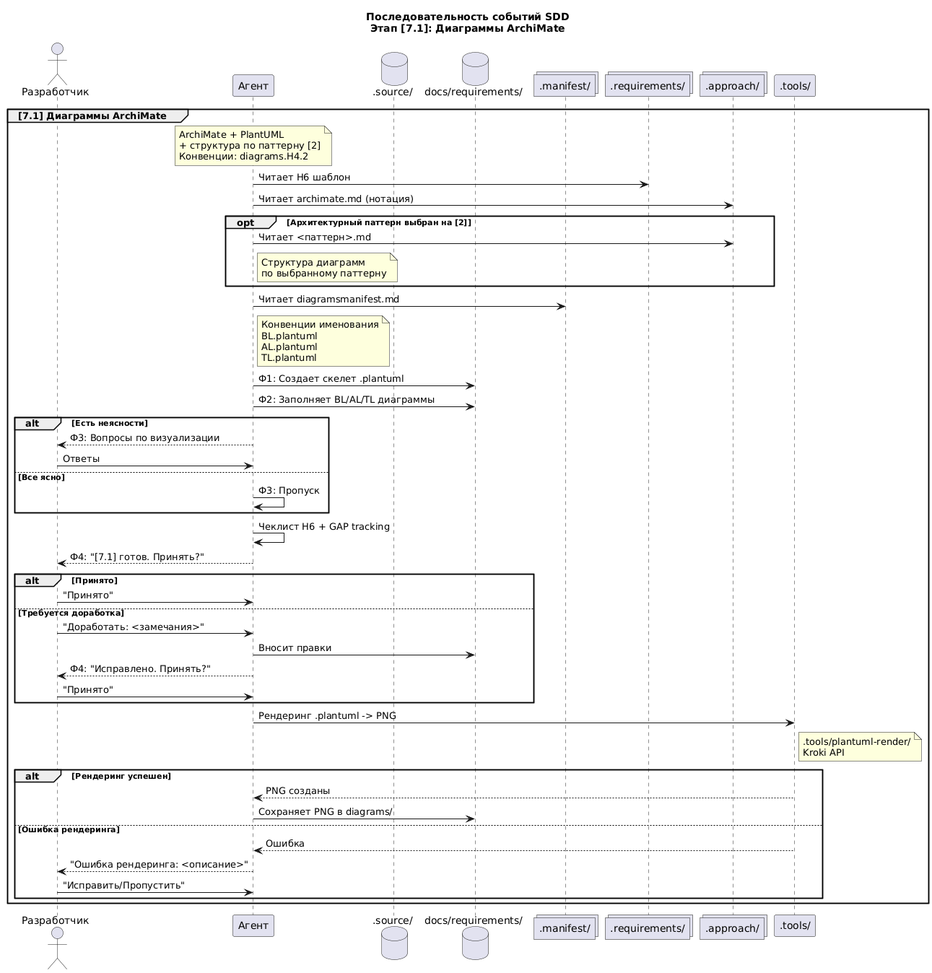
This is .diagrams/SDD-Sequence-13.png from Druk83/sdd-template, a PlantUML export, as it was before one commit.
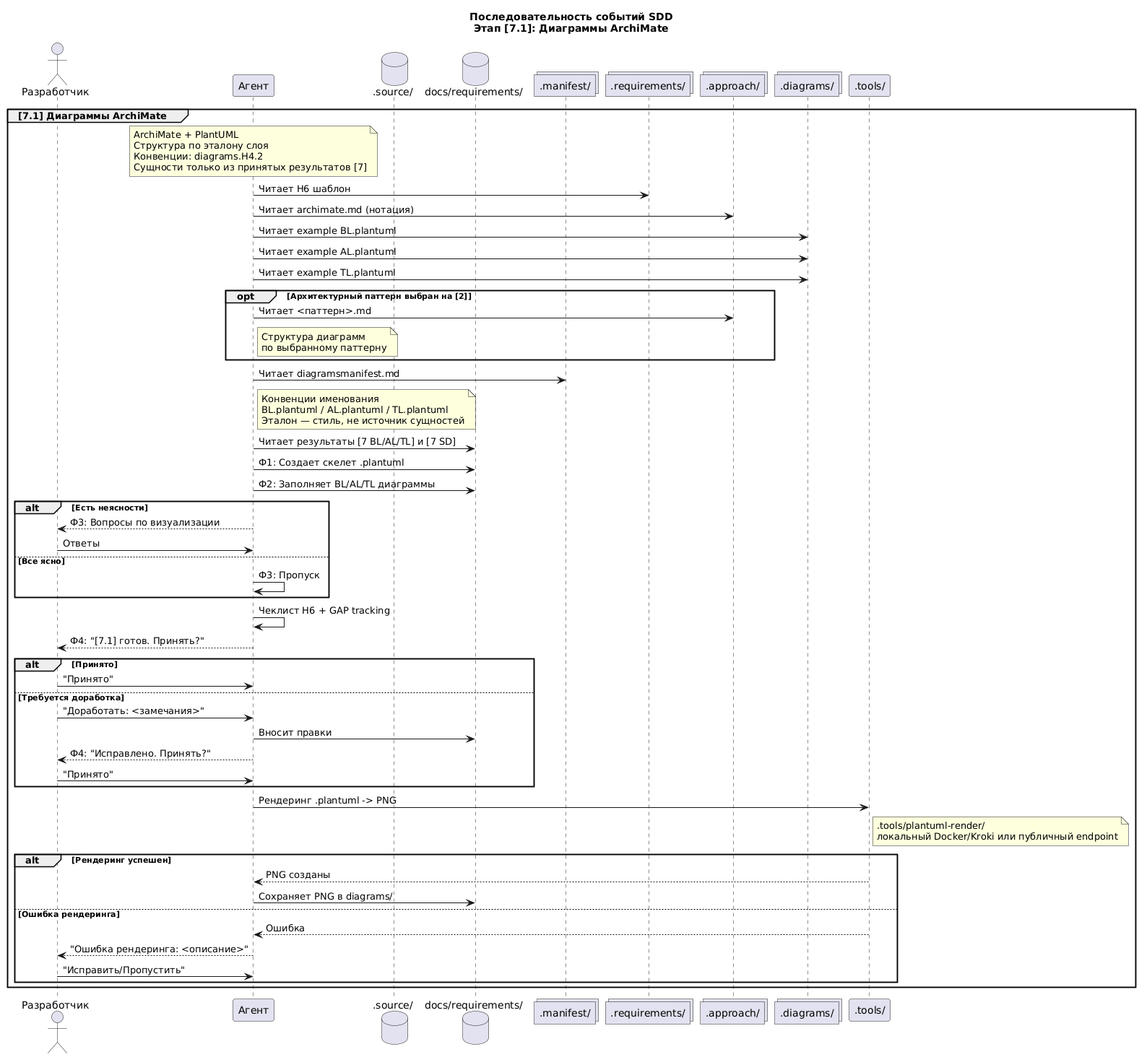
The same file after the commit.

Change to the diagram source:
```diff
@@ -8,23 +8,29 @@
     collections ".manifest/" as Manifest
     collections ".requirements/" as Templates
     collections ".approach/" as Approach
+    collections ".diagrams/" as Diagrams
     participant ".tools/" as Tools
 
 
     group [7.1] Диаграммы ArchiMate
         note over Agent
         ArchiMate + PlantUML
-        + структура по паттерну [2]
+        Структура по эталону слоя
         Конвенции: diagrams.H4.2
+        Сущности только из принятых результатов [7]
         end note
         Agent -> Templates: Читает H6 шаблон
         Agent -> Approach: Читает archimate.md (нотация)
+        Agent -> Diagrams: Читает example BL.plantuml
+        Agent -> Diagrams: Читает example AL.plantuml
+        Agent -> Diagrams: Читает example TL.plantuml
         opt Архитектурный паттерн выбран на [2]
             Agent -> Approach: Читает <паттерн>.md
             note right of Agent: Структура диаграмм\nпо выбранному паттерну
         end
         Agent -> Manifest: Читает diagramsmanifest.md
-        note right of Agent: Конвенции именования\nBL.plantuml\nAL.plantuml\nTL.plantuml
+        note right of Agent: Конвенции именования\nBL.plantuml / AL.plantuml / TL.plantuml\nЭталон — стиль, не источник сущностей
+        Agent -> Docs: Читает результаты [7 BL/AL/TL] и [7 SD]
         Agent -> Docs: Ф1: Создает скелет .plantuml
         Agent -> Docs: Ф2: Заполняет BL/AL/TL диаграммы
         alt Есть неясности
@@ -45,7 +51,7 @@
         end
 
         Agent -> Tools: Рендеринг .plantuml -> PNG
-        note right of Tools: .tools/plantuml-render/\nKroki API
+        note right of Tools: .tools/plantuml-render/\nлокальный Docker/Kroki или публичный endpoint
         alt Рендеринг успешен
             Tools --> Agent: PNG созданы
             Agent -> Docs: Сохраняет PNG в diagrams/
```
